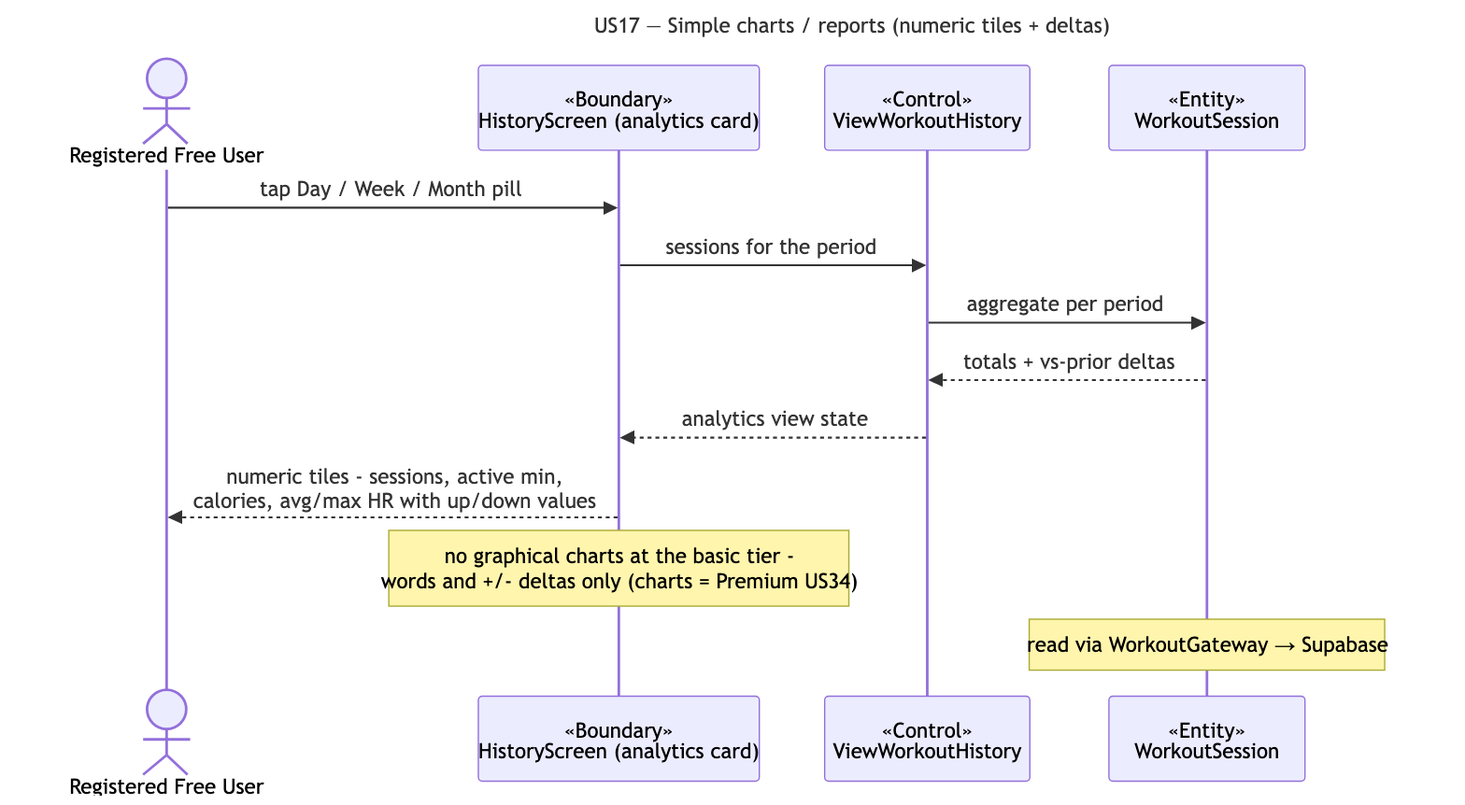
Earlier version of the Mermaid export docs/deliverables/sequence-diagrams/US17-simple-charts.png (cyuanjun/FYP-26-S2-37-app). Its source is kept beside it as docs/deliverables/sequence-diagrams/src/US17-simple-charts.mmd.
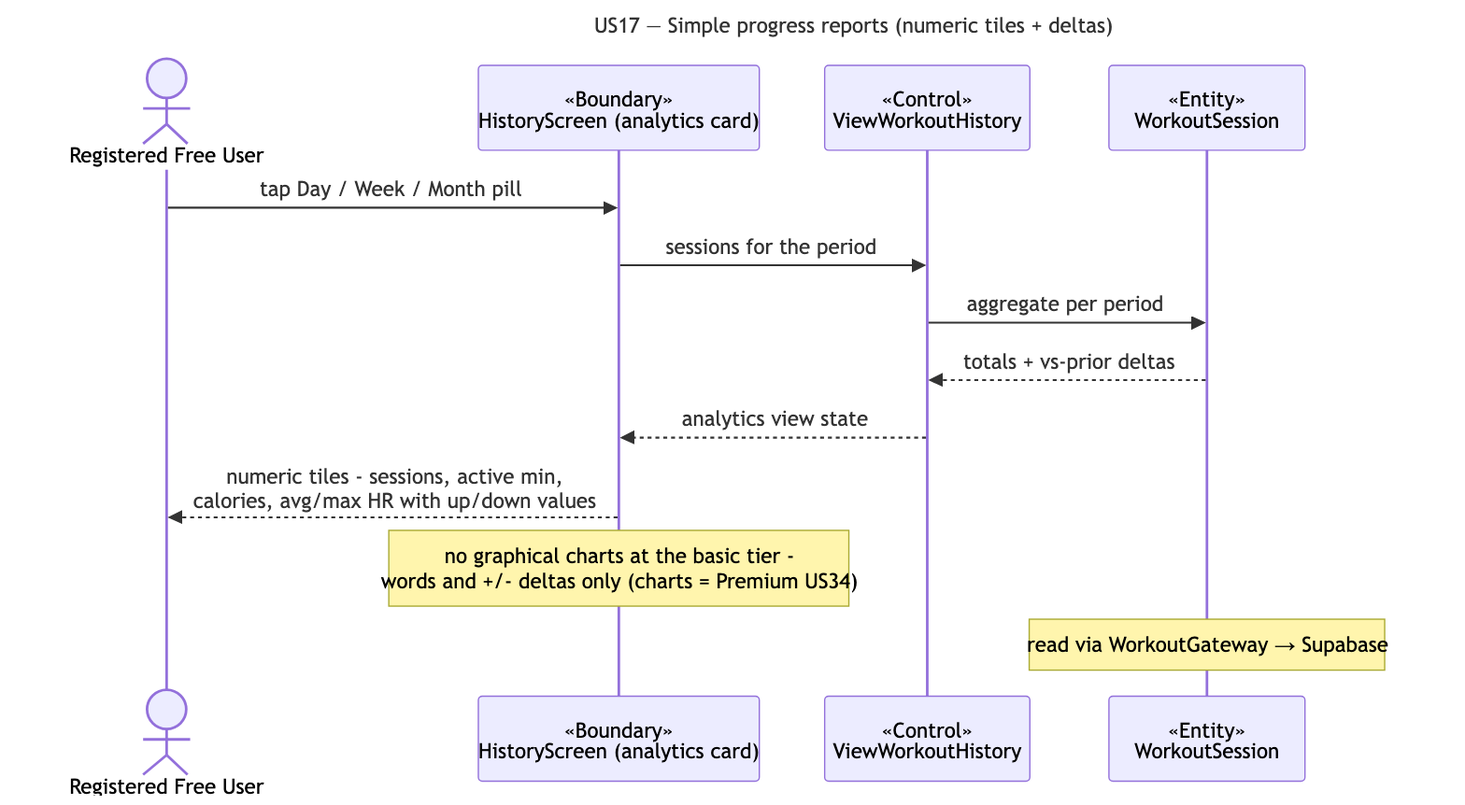
Later version of the same file.

Commit message:
US17: rewording queued (C5) - simple progress reports, no charts

What changed in the source:
```diff
@@ -1,5 +1,5 @@
 ---
-title: "US17 — Simple charts / reports (numeric tiles + deltas)"
+title: "US17 — Simple progress reports (numeric tiles + deltas)"
 ---
 sequenceDiagram
   actor A as Registered Free User
```
